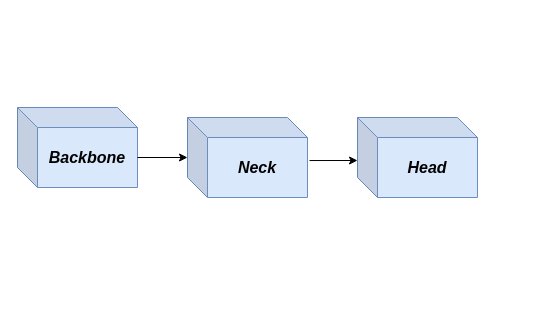
ComanacDragos/University keeps this draw.io diagram as Semester 1 Master/Advanced Methods in Data Analysis/object_detection.drawio. Above is the earlier version. Source tidied: cells renumbered, new cells numbered last; positions are measured from the earlier drawing's top-left corner, leaving out a move shared by most shapes. Both pictures are drawn from the tidied source at 100%, with x=0, y=0 at pixel (17, 107).
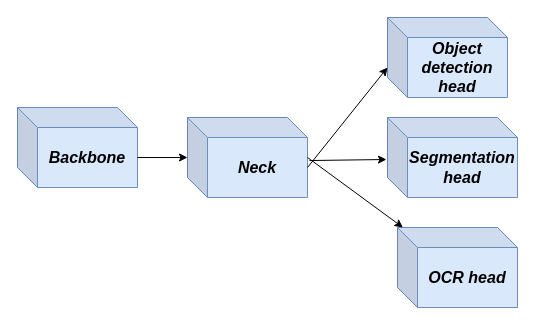
After the change.

The edit, as a diff of the source:
```diff
@@
 <mxGraphModel>
   <root>
     <mxCell id="0" />
     <mxCell id="1" parent="0" />
     <mxCell id="2" value="&lt;b&gt;&lt;i&gt;&lt;font style=&quot;font-size: 16px&quot;&gt;Backbone&lt;/font&gt;&lt;/i&gt;&lt;/b&gt;" style="shape=cube;whiteSpace=wrap;html=1;boundedLbl=1;backgroundOutline=1;darkOpacity=0.05;darkOpacity2=0.1;fillColor=#dae8fc;strokeColor=#6c8ebf;" parent="1" vertex="1">
       <mxGeometry width="120" height="80" as="geometry" />
     </mxCell>
-    <mxCell id="3" value="&lt;b&gt;&lt;i&gt;&lt;font style=&quot;font-size: 16px&quot;&gt;Head&lt;/font&gt;&lt;/i&gt;&lt;/b&gt;" style="shape=cube;whiteSpace=wrap;html=1;boundedLbl=1;backgroundOutline=1;darkOpacity=0.05;darkOpacity2=0.1;fillColor=#dae8fc;strokeColor=#6c8ebf;" parent="1" vertex="1">
-      <mxGeometry x="340" y="10" width="120" height="80" as="geometry" />
+    <mxCell id="3" value="&lt;b&gt;&lt;i&gt;&lt;font style=&quot;font-size: 16px&quot;&gt;Segmentation head&lt;/font&gt;&lt;/i&gt;&lt;/b&gt;" style="shape=cube;whiteSpace=wrap;html=1;boundedLbl=1;backgroundOutline=1;darkOpacity=0.05;darkOpacity2=0.1;fillColor=#dae8fc;strokeColor=#6c8ebf;" parent="1" vertex="1">
+      <mxGeometry x="370" y="10" width="130" height="80" as="geometry" />
     </mxCell>
     <mxCell id="4" value="&lt;b&gt;&lt;i&gt;&lt;font style=&quot;font-size: 16px&quot;&gt;Neck&lt;/font&gt;&lt;/i&gt;&lt;/b&gt;" style="shape=cube;whiteSpace=wrap;html=1;boundedLbl=1;backgroundOutline=1;darkOpacity=0.05;darkOpacity2=0.1;fillColor=#dae8fc;strokeColor=#6c8ebf;" parent="1" vertex="1">
       <mxGeometry x="170" y="10" width="120" height="80" as="geometry" />
     </mxCell>
     <mxCell id="5" style="endArrow=classic;html=1;rounded=0;fontSize=16;exitX=0;exitY=0;exitDx=120;exitDy=50;exitPerimeter=0;" parent="1" edge="1" source="2" target="4">
       <mxGeometry relative="1" as="geometry" />
     </mxCell>
-    <mxCell id="6" style="endArrow=classic;html=1;rounded=0;fontSize=16;exitX=1.017;exitY=0.538;exitDx=0;exitDy=0;exitPerimeter=0;" parent="1" edge="1" source="4">
-      <mxGeometry relative="1" as="geometry">
-        <mxPoint x="340" y="53" as="targetPoint" />
-      </mxGeometry>
+    <mxCell id="6" style="endArrow=classic;html=1;rounded=0;fontSize=16;exitX=1.017;exitY=0.538;exitDx=0;exitDy=0;exitPerimeter=0;entryX=-0.008;entryY=0.525;entryDx=0;entryDy=0;entryPerimeter=0;" parent="1" edge="1" source="4" target="3">
+      <mxGeometry relative="1" as="geometry" />
     </mxCell>
+    <mxCell id="7" value="&lt;b&gt;&lt;i&gt;&lt;font style=&quot;font-size: 16px&quot;&gt;Object detection head&lt;/font&gt;&lt;/i&gt;&lt;/b&gt;" style="shape=cube;whiteSpace=wrap;html=1;boundedLbl=1;backgroundOutline=1;darkOpacity=0.05;darkOpacity2=0.1;fillColor=#dae8fc;strokeColor=#6c8ebf;" parent="1" vertex="1">
+      <mxGeometry x="370" y="-90" width="120" height="80" as="geometry" />
+    </mxCell>
+    <mxCell id="8" value="&lt;b&gt;&lt;i&gt;&lt;font style=&quot;font-size: 16px&quot;&gt;OCR head&lt;/font&gt;&lt;/i&gt;&lt;/b&gt;" style="shape=cube;whiteSpace=wrap;html=1;boundedLbl=1;backgroundOutline=1;darkOpacity=0.05;darkOpacity2=0.1;fillColor=#dae8fc;strokeColor=#6c8ebf;" parent="1" vertex="1">
+      <mxGeometry x="380" y="120" width="120" height="80" as="geometry" />
+    </mxCell>
+    <mxCell id="9" style="endArrow=classic;html=1;rounded=0;fontSize=16;" parent="1" edge="1" target="8">
+      <mxGeometry relative="1" as="geometry">
+        <mxPoint x="290" y="50" as="sourcePoint" />
+      </mxGeometry>
+    </mxCell>
+    <mxCell id="10" style="endArrow=classic;html=1;rounded=0;fontSize=16;exitX=0;exitY=0;exitDx=120;exitDy=50;exitPerimeter=0;entryX=0;entryY=0.625;entryDx=0;entryDy=0;entryPerimeter=0;" parent="1" edge="1" source="4" target="7">
+      <mxGeometry relative="1" as="geometry" />
+    </mxCell>
   </root>
 </mxGraphModel>
```
